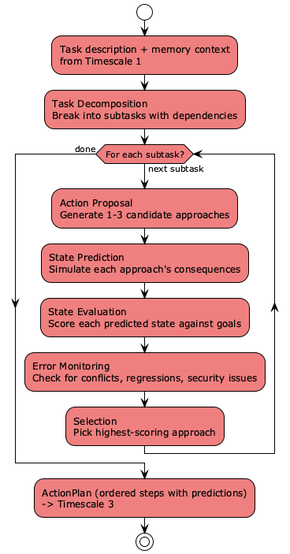
The PlantUML diagram diagrams/05-deliberation-data-flow.png in mrrobotke/claudedev, before a commit. The source it was exported from:
```plantuml
@startuml
!theme plain
skinparam backgroundColor #FFFFFF
skinparam activityBackgroundColor #LightCoral

start
:Task description + memory context
from Timescale 1;
:Task Decomposition
Break into subtasks with dependencies;

while (For each subtask?) is (next subtask)
  :Action Proposal
  Generate 1-3 candidate approaches;
  :State Prediction
  Simulate each approach's consequences;
  :State Evaluation
  Score each predicted state against goals;
  :Error Monitoring
  Check for conflicts, regressions, security issues;
  :Selection
  Pick highest-scoring approach;
endwhile (done)

:ActionPlan (ordered steps with predictions)
-> Timescale 3;
stop

@enduml
```
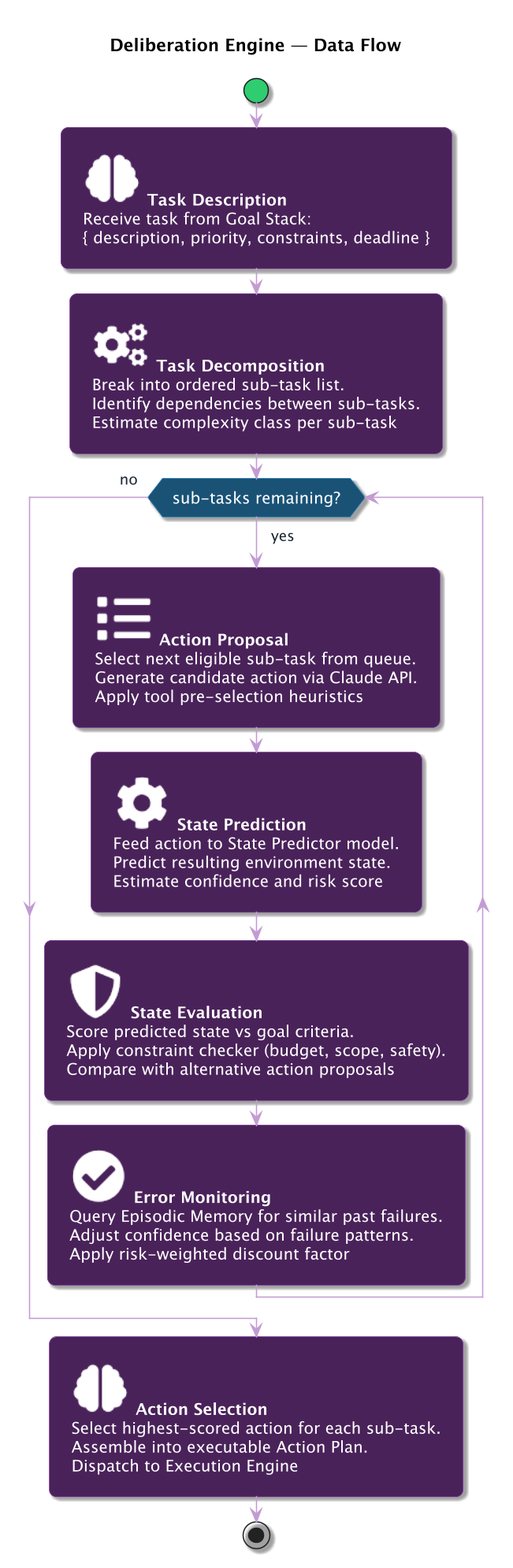
The same file after the commit.

Change to the diagram source:
```diff
@@ -1,29 +1,70 @@
 @startuml
-!theme plain
-skinparam backgroundColor #FFFFFF
-skinparam activityBackgroundColor #LightCoral
+!define ICONS /Users/iworldafric/dev/diagrams/plantuml-stdlib/stdlib/tupadr3
+!include ICONS/font-awesome-5/brain.puml
+!include ICONS/font-awesome-5/cog.puml
+!include ICONS/font-awesome-5/cogs.puml
+!include ICONS/font-awesome-5/list.puml
+!include ICONS/font-awesome-5/check_circle.puml
+!include ICONS/font-awesome-5/shield_alt.puml
+!include ICONS/common.puml
+
+skinparam dpi 150
+skinparam defaultFontName "Segoe UI"
+skinparam defaultFontSize 12
+skinparam ActivityBackgroundColor #4A235A
+skinparam ActivityBorderColor #7D3C98
+skinparam ActivityFontColor #FFFFFF
+skinparam ActivityFontSize 13
+skinparam ActivityArrowColor #C39BD3
+skinparam ActivityArrowFontColor #1C2833
+skinparam ActivityDiamondBackgroundColor #1A5276
+skinparam ActivityDiamondBorderColor #2980B9
+skinparam ActivityDiamondFontColor #FFFFFF
+skinparam ActivityStartColor #2ECC71
+skinparam ActivityEndColor #E74C3C
+skinparam shadowing true
+skinparam RoundCorner 12
+skinparam Padding 8
+
+title Deliberation Engine — Data Flow
 
 start
-:Task description + memory context
-from Timescale 1;
-:Task Decomposition
-Break into subtasks with dependencies;
 
-while (For each subtask?) is (next subtask)
-  :Action Proposal
-  Generate 1-3 candidate approaches;
-  :State Prediction
-  Simulate each approach's consequences;
-  :State Evaluation
-  Score each predicted state against goals;
-  :Error Monitoring
-  Check for conflicts, regressions, security issues;
-  :Selection
-  Pick highest-scoring approach;
-endwhile (done)
+:<$brain> **Task Description**
+Receive task from Goal Stack:
+{ description, priority, constraints, deadline };
 
-:ActionPlan (ordered steps with predictions)
--> Timescale 3;
+:<$cogs> **Task Decomposition**
+Break into ordered sub-task list.
+Identify dependencies between sub-tasks.
+Estimate complexity class per sub-task;
+
+while (sub-tasks remaining?) is (yes)
+  :<$list> **Action Proposal**
+  Select next eligible sub-task from queue.
+  Generate candidate action via Claude API.
+  Apply tool pre-selection heuristics;
+
+  :<$cog> **State Prediction**
+  Feed action to State Predictor model.
+  Predict resulting environment state.
+  Estimate confidence and risk score;
+
+  :<$shield_alt> **State Evaluation**
+  Score predicted state vs goal criteria.
+  Apply constraint checker (budget, scope, safety).
+  Compare with alternative action proposals;
+
+  :<$check_circle> **Error Monitoring**
+  Query Episodic Memory for similar past failures.
+  Adjust confidence based on failure patterns.
+  Apply risk-weighted discount factor;
+endwhile (no)
+
+:<$brain> **Action Selection**
+Select highest-scored action for each sub-task.
+Assemble into executable Action Plan.
+Dispatch to Execution Engine;
+
 stop
-
 @enduml
```
